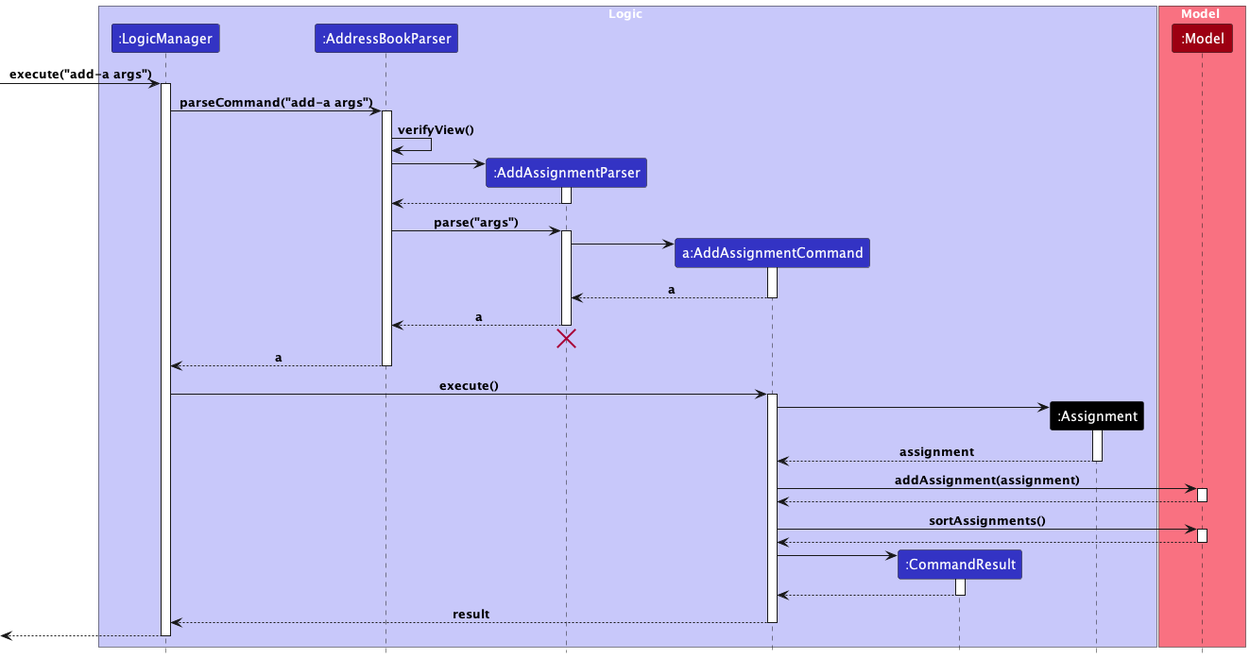
Above: docs/images/AddAssignmentSeq.png in seewhyjay/tp (PlantUML), before the change. The source it was exported from:
```plantuml
@startuml
!include style.puml

box Logic LOGIC_COLOR_T1
participant ":LogicManager" as LogicManager LOGIC_COLOR
participant ":AddressBookParser" as AddressBookParser LOGIC_COLOR
participant ":AddAssignmentParser" as AddAssignmentParser LOGIC_COLOR
participant "a:AddAssignmentCommand" as AddAssignmentCommand LOGIC_COLOR
participant ":CommandResult" as CommandResult LOGIC_COLOR
participant ":Assignment" as Assignment USER_COLOR
end box

box Model MODEL_COLOR_T1
participant ":Model" as Model MODEL_COLOR
end box

[-> LogicManager : execute("add-a args")
activate LogicManager

LogicManager -> AddressBookParser : parseCommand("add-a args")
activate AddressBookParser

AddressBookParser -> AddressBookParser : verifyView()

create AddAssignmentParser
AddressBookParser -> AddAssignmentParser
activate AddAssignmentParser

AddAssignmentParser --> AddressBookParser
deactivate AddAssignmentParser

AddressBookParser -> AddAssignmentParser : parse("args")
activate AddAssignmentParser

create AddAssignmentCommand
AddAssignmentParser -> AddAssignmentCommand
activate AddAssignmentCommand

AddAssignmentCommand --> AddAssignmentParser : a
deactivate AddAssignmentCommand

AddAssignmentParser --> AddressBookParser : a
deactivate AddAssignmentParser
AddAssignmentParser -[hidden]-> AddressBookParser
destroy AddAssignmentParser

AddressBookParser --> LogicManager : a
deactivate AddressBookParser

LogicManager -> AddAssignmentCommand : execute()
activate AddAssignmentCommand

create Assignment
AddAssignmentCommand -> Assignment
activate Assignment

Assignment --> AddAssignmentCommand : assignment
deactivate Assignment

AddAssignmentCommand -> Model : addAssignment(assignment)
activate Model

Model --> AddAssignmentCommand
deactivate Model

AddAssignmentCommand -> Model : sortAssignments()
activate Model

Model --> AddAssignmentCommand
deactivate Model

create CommandResult
AddAssignmentCommand -> CommandResult
activate CommandResult

CommandResult --> AddAssignmentCommand
deactivate CommandResult

AddAssignmentCommand --> LogicManager : result
deactivate AddAssignmentCommand

[<--LogicManager
deactivate LogicManager
@enduml
```
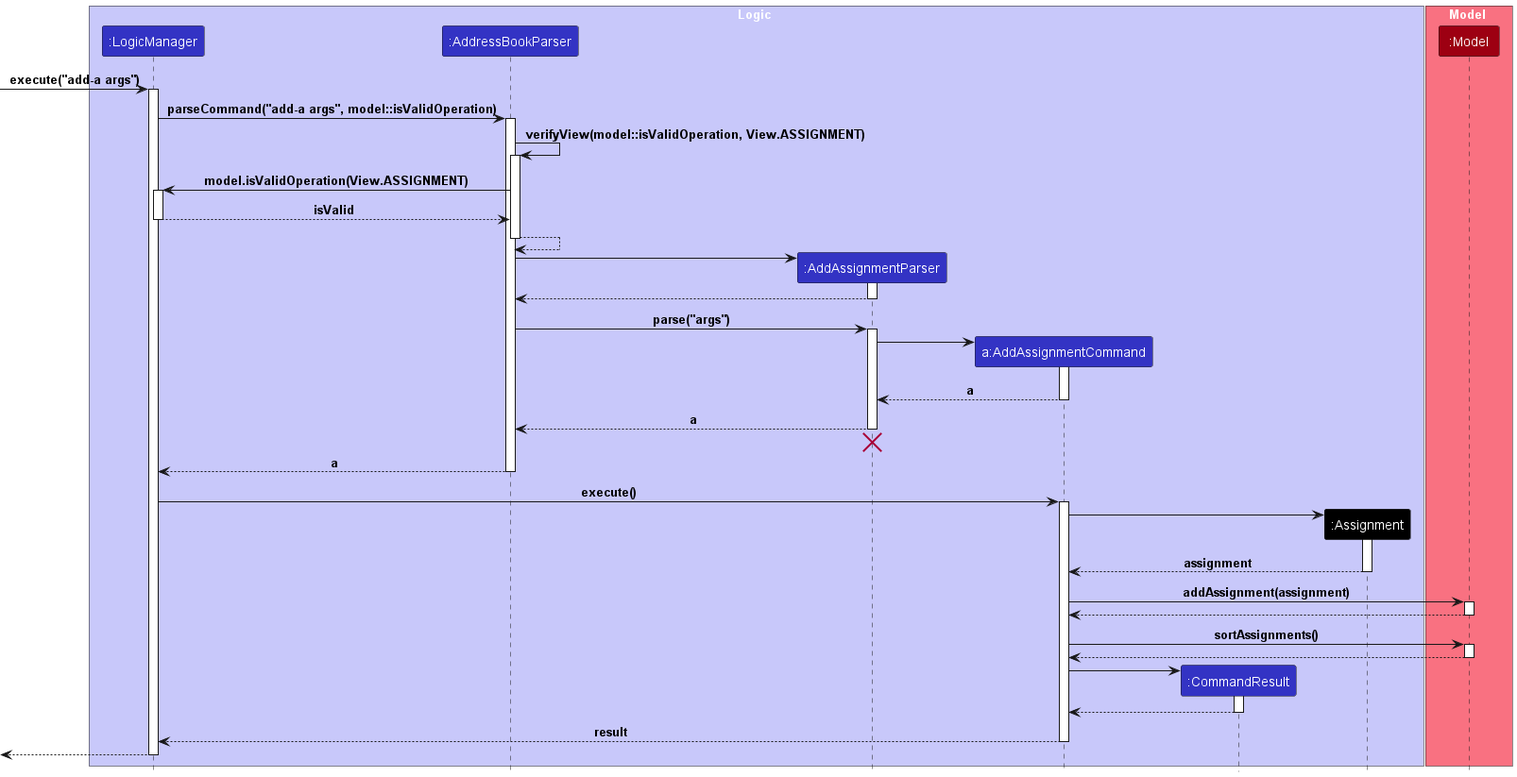
After the commit.

The edit, as a diff of the source:
```diff
@@ -17,10 +17,21 @@
 [-> LogicManager : execute("add-a args")
 activate LogicManager
 
-LogicManager -> AddressBookParser : parseCommand("add-a args")
+LogicManager -> AddressBookParser : parseCommand("add-a args", model::isValidOperation)
 activate AddressBookParser
 
-AddressBookParser -> AddressBookParser : verifyView()
+AddressBookParser -> AddressBookParser : verifyView(model::isValidOperation, View.ASSIGNMENT)
+activate AddressBookParser
+
+AddressBookParser -> LogicManager : model.isValidOperation(View.ASSIGNMENT)
+activate LogicManager
+
+LogicManager --> AddressBookParser : isValid
+deactivate LogicManager
+
+AddressBookParser --> AddressBookParser
+
+deactivate AddressBookParser
 
 create AddAssignmentParser
 AddressBookParser -> AddAssignmentParser
```
